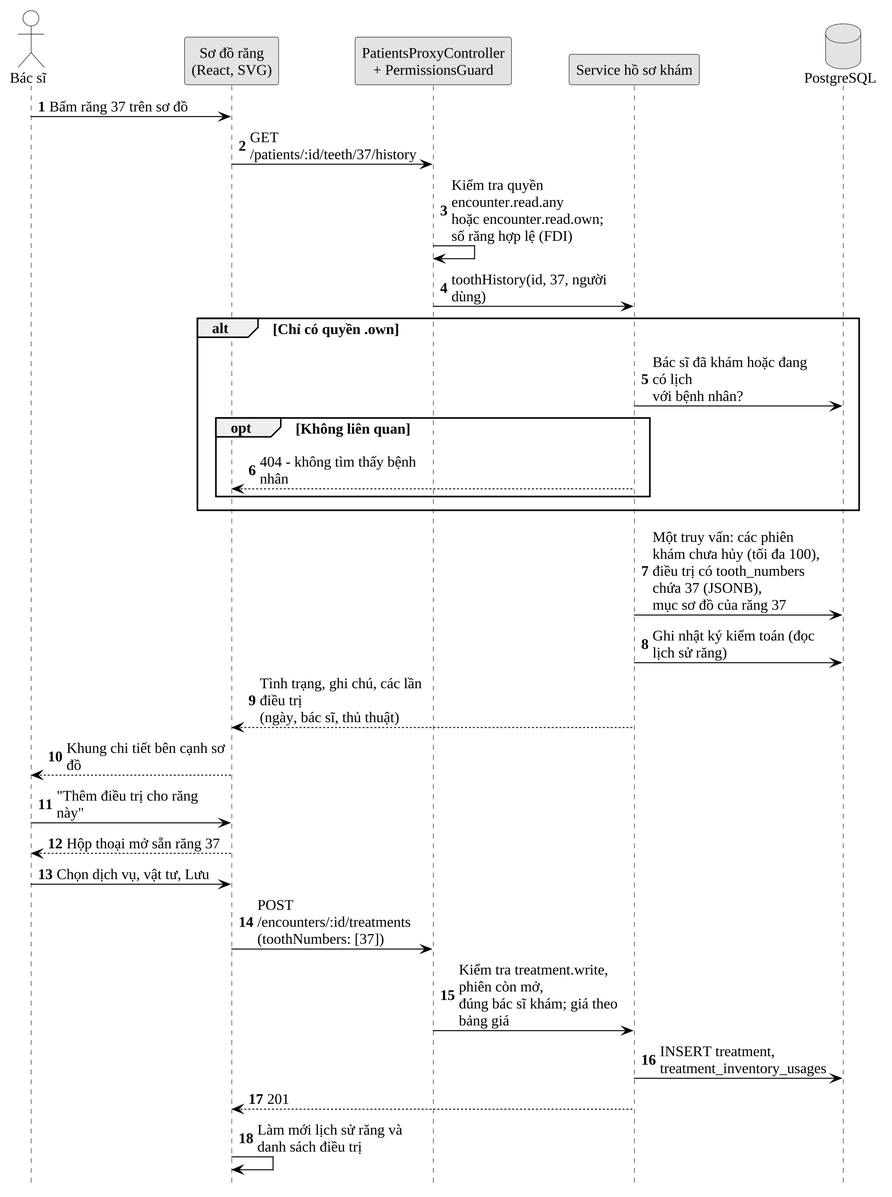
Before: docs/10_Thesis/bao-cao/hinh/3-18-tuan-tu-lich-su-rang.png, a diagram exported from PlantUML (Trantuan0310/dental-clinic-nestjs-react).
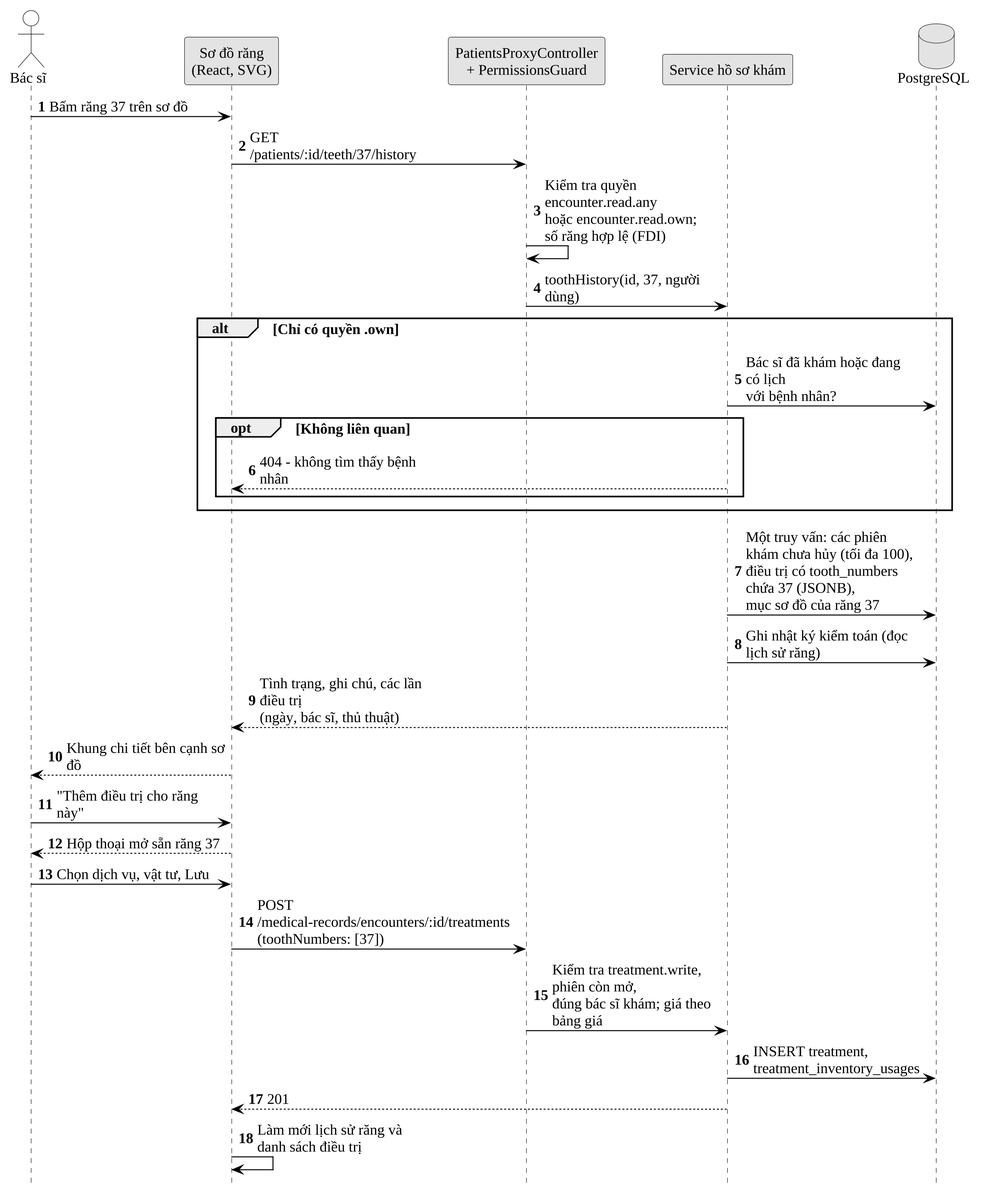
The same diagram one commit later.

The edit, as a diff of the source:
```diff
@@ -24,7 +24,7 @@
 BS -> FE : "Thêm điều trị cho răng này"
 FE --> BS : Hộp thoại mở sẵn răng 37
 BS -> FE : Chọn dịch vụ, vật tư, Lưu
-FE -> C : POST /encounters/:id/treatments\n(toothNumbers: [37])
+FE -> C : POST /medical-records/encounters/:id/treatments\n(toothNumbers: [37])
 C -> S : Kiểm tra treatment.write, phiên còn mở,\nđúng bác sĩ khám; giá theo bảng giá
 S -> DB : INSERT treatment, treatment_inventory_usages
 S --> FE : 201
```
